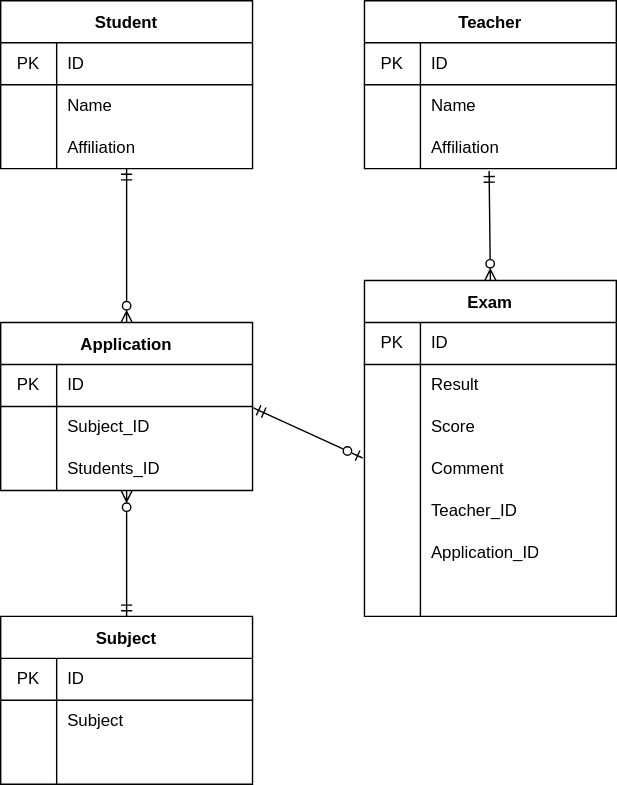
Above: task.drawio.svg in Atsuko-Yamamoto/20220925yamamoto (draw.io), before the change. Source tidied: cells renumbered, new cells last; positions are measured from the earlier drawing's top-left corner, leaving out a move shared by most shapes.
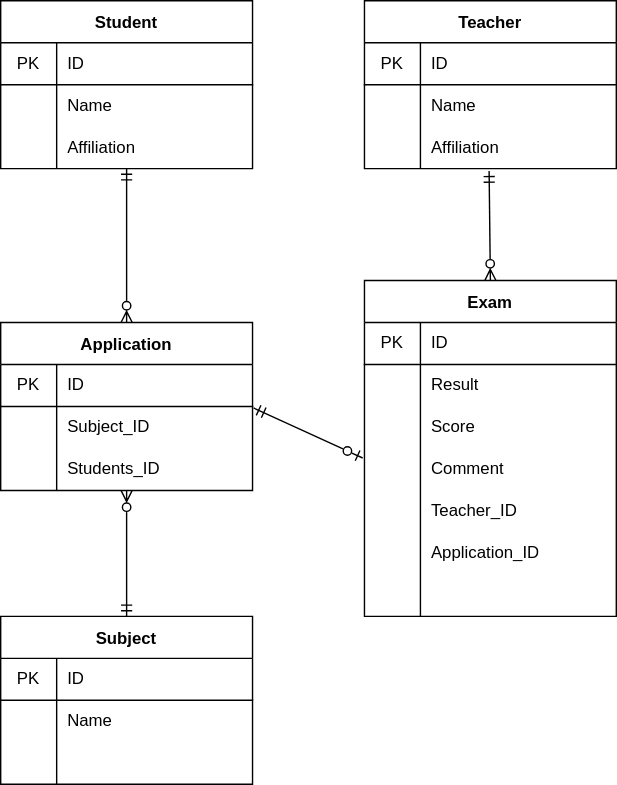
After the change.

What changed in the source:
```diff
@@ -185,7 +185,7 @@
     <mxCell id="62" style="shape=partialRectangle;html=1;whiteSpace=wrap;fillColor=none;top=0;left=0;bottom=0;right=0;overflow=hidden;" parent="61" vertex="1">
       <mxGeometry width="40" height="30" as="geometry" />
     </mxCell>
-    <mxCell id="63" value="Subject" style="shape=partialRectangle;html=1;whiteSpace=wrap;fillColor=none;top=0;left=0;bottom=0;right=0;align=left;spacingLeft=6;overflow=hidden;" parent="61" vertex="1">
+    <mxCell id="63" value="Name" style="shape=partialRectangle;html=1;whiteSpace=wrap;fillColor=none;top=0;left=0;bottom=0;right=0;align=left;spacingLeft=6;overflow=hidden;" parent="61" vertex="1">
       <mxGeometry x="40" width="140" height="30" as="geometry" />
     </mxCell>
     <mxCell id="64" style="shape=partialRectangle;html=1;whiteSpace=wrap;fillColor=none;top=0;left=0;bottom=0;right=0;" parent="57" vertex="1">
```
